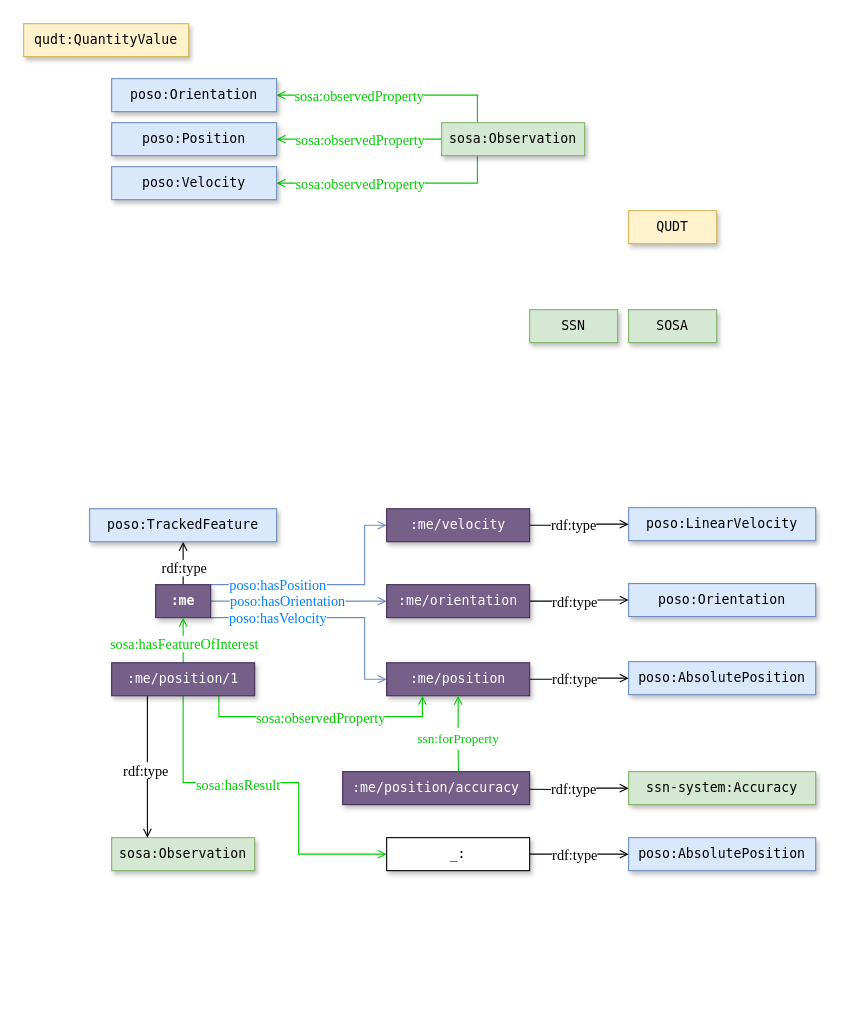
Before: page "Page-4" (4 of 5) of docs/images/architecture.drawio in OpenHPS/POSO, a draw.io diagram. Source tidied: cells renumbered, new cells numbered last; positions are measured from the earlier drawing's top-left corner, leaving out a move shared by most shapes. Both pictures are drawn from the tidied source at 110%, with x=0, y=0 at pixel (23, 23).
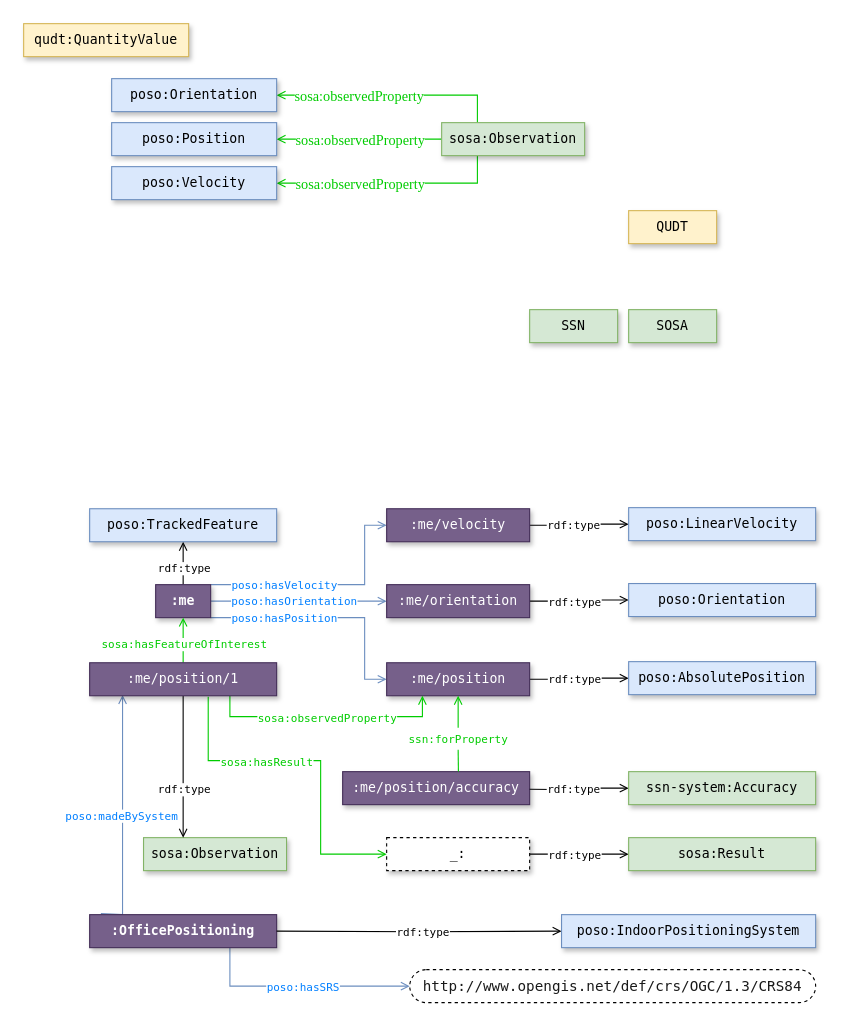
After the change.

The change refers to these unchanged cells:
```xml
<mxCell id="2" style="edgeStyle=orthogonalEdgeStyle;rounded=0;jettySize=auto;html=1;entryX=0.5;entryY=1;entryDx=0;entryDy=0;endArrow=open;endFill=0;" parent="1" edge="1" source="8" target="13">
  <mxGeometry relative="1" as="geometry" />
</mxCell>
<mxCell id="4" style="edgeStyle=orthogonalEdgeStyle;rounded=0;jettySize=auto;html=1;entryX=0;entryY=0.5;entryDx=0;entryDy=0;fontFamily=Garamond;fontSize=13;endArrow=open;endFill=0;fillColor=#dae8fc;strokeColor=#6c8ebf;" parent="1" edge="1" source="8" target="16">
  <mxGeometry relative="1" as="geometry">
    <Array as="points">
      <mxPoint x="310" y="510" />
      <mxPoint x="310" y="456" />
    </Array>
  </mxGeometry>
</mxCell>
<mxCell id="14" style="edgeStyle=orthogonalEdgeStyle;rounded=0;jettySize=auto;html=1;entryX=0;entryY=0.5;entryDx=0;entryDy=0;fontFamily=Garamond;fontSize=13;endArrow=open;endFill=0;" parent="1" edge="1" source="16" target="25">
  <mxGeometry relative="1" as="geometry" />
</mxCell>
<mxCell id="17" style="edgeStyle=orthogonalEdgeStyle;rounded=0;jettySize=auto;html=1;entryX=0;entryY=0.5;entryDx=0;entryDy=0;fontFamily=Garamond;fontSize=13;endArrow=open;endFill=0;" parent="1" edge="1" source="19" target="26">
  <mxGeometry relative="1" as="geometry" />
</mxCell>
<mxCell id="20" style="edgeStyle=orthogonalEdgeStyle;rounded=0;jettySize=auto;html=1;entryX=0;entryY=0.5;entryDx=0;entryDy=0;fontFamily=Garamond;fontSize=13;endArrow=open;endFill=0;" parent="1" edge="1" source="22" target="27">
  <mxGeometry relative="1" as="geometry" />
</mxCell>
<mxCell id="22" value=":me/position" style="rounded=0;whiteSpace=wrap;html=1;fillColor=#76608a;strokeColor=#432D57;shadow=1;fontFamily=Lucida Console;fontColor=#ffffff;" parent="1" vertex="1">
  <mxGeometry x="330" y="581" width="130" height="30" as="geometry" />
</mxCell>
<mxCell id="33" style="edgeStyle=orthogonalEdgeStyle;rounded=0;jettySize=auto;html=1;entryX=0.5;entryY=1;entryDx=0;entryDy=0;fontFamily=Garamond;fontSize=13;endArrow=open;endFill=0;fontColor=#00CC00;strokeColor=#00CC00;" parent="1" edge="1" source="37" target="8">
  <mxGeometry relative="1" as="geometry" />
</mxCell>
<mxCell id="39" style="edgeStyle=orthogonalEdgeStyle;rounded=0;jettySize=auto;html=1;entryX=0;entryY=0.5;entryDx=0;entryDy=0;fontFamily=Garamond;fontSize=13;endArrow=open;endFill=0;exitX=1;exitY=0.5;exitDx=0;exitDy=0;" parent="1" edge="1" source="38" target="41">
  <mxGeometry relative="1" as="geometry" />
</mxCell>
<mxCell id="56" style="edgeStyle=orthogonalEdgeStyle;rounded=0;jettySize=auto;html=1;entryX=0;entryY=0.5;entryDx=0;entryDy=0;fontFamily=Garamond;fontSize=13;endArrow=open;endFill=0;" parent="1" edge="1" target="58">
  <mxGeometry relative="1" as="geometry">
    <mxPoint x="460" y="696" as="sourcePoint" />
  </mxGeometry>
</mxCell>
```

The edit, as a diff of the source:
```diff
@@
-    <mxCell id="3" value="&lt;font face=&quot;Garamond&quot; style=&quot;font-size: 13px&quot;&gt;rdf:type&lt;/font&gt;" style="edgeLabel;html=1;align=center;verticalAlign=middle;" parent="2" vertex="1">
+    <mxCell id="3" value="&lt;font style=&quot;font-size: 10px;&quot;&gt;rdf:type&lt;/font&gt;" style="edgeLabel;html=1;align=center;verticalAlign=middle;fontSize=10;fontFamily=Lucida Console;" parent="2" vertex="1">
       <mxGeometry x="0.2" y="4" relative="1" as="geometry">
         <mxPoint x="4" y="7" as="offset" />
       </mxGeometry>
     </mxCell>
@@
-    <mxCell id="5" value="poso:hasPosition" style="edgeLabel;html=1;align=center;verticalAlign=middle;fontSize=13;fontFamily=Garamond;fontColor=#007FFF;" parent="4" vertex="1">
+    <mxCell id="5" value="poso:hasVelocity" style="edgeLabel;html=1;align=center;verticalAlign=middle;fontSize=10;fontFamily=Lucida Console;fontColor=#007FFF;" parent="4" vertex="1">
       <mxGeometry x="-0.38" y="2" relative="1" as="geometry">
-        <mxPoint x="-6" y="1" as="offset" />
+        <mxPoint y="1" as="offset" />
       </mxGeometry>
     </mxCell>
@@
-    <mxCell id="15" value="rdf:type" style="edgeLabel;html=1;align=center;verticalAlign=middle;fontSize=13;fontFamily=Garamond;" parent="14" vertex="1">
+    <mxCell id="15" value="rdf:type" style="edgeLabel;html=1;align=center;verticalAlign=middle;fontSize=10;fontFamily=Lucida Console;" parent="14" vertex="1">
       <mxGeometry x="0.1" y="4" relative="1" as="geometry">
         <mxPoint x="-10" y="4" as="offset" />
       </mxGeometry>
     </mxCell>
@@
-    <mxCell id="18" value="rdf:type" style="edgeLabel;html=1;align=center;verticalAlign=middle;fontSize=13;fontFamily=Garamond;" parent="17" vertex="1">
+    <mxCell id="18" value="rdf:type" style="edgeLabel;html=1;align=center;verticalAlign=middle;fontSize=10;fontFamily=Lucida Console;" parent="17" vertex="1">
       <mxGeometry x="0.17" relative="1" as="geometry">
         <mxPoint x="-12" y="1" as="offset" />
       </mxGeometry>
     </mxCell>
@@
-    <mxCell id="21" value="rdf:type" style="edgeLabel;html=1;align=center;verticalAlign=middle;fontSize=13;fontFamily=Garamond;" parent="20" vertex="1">
+    <mxCell id="21" value="rdf:type" style="edgeLabel;html=1;align=center;verticalAlign=middle;fontSize=10;fontFamily=Lucida Console;" parent="20" vertex="1">
       <mxGeometry x="0.18" y="-2" relative="1" as="geometry">
         <mxPoint x="-13" y="-2" as="offset" />
       </mxGeometry>
     </mxCell>
@@
-    <mxCell id="23" value="poso:hasOrientation" style="edgeLabel;html=1;align=center;verticalAlign=middle;fontSize=13;fontFamily=Garamond;fontColor=#007FFF;" parent="1" vertex="1">
-      <mxGeometry x="239" y="524" as="geometry" />
+    <mxCell id="23" value="poso:hasOrientation" style="edgeLabel;html=1;align=center;verticalAlign=middle;fontSize=10;fontFamily=Lucida Console;fontColor=#007FFF;" parent="1" vertex="1">
+      <mxGeometry x="245" y="524" as="geometry" />
     </mxCell>
-    <mxCell id="24" value="poso:hasVelocity" style="edgeLabel;html=1;align=center;verticalAlign=middle;fontSize=13;fontFamily=Garamond;fontColor=#007FFF;" parent="1" vertex="1">
-      <mxGeometry x="230" y="539" as="geometry" />
+    <mxCell id="24" value="poso:hasPosition" style="edgeLabel;html=1;align=center;verticalAlign=middle;fontSize=10;fontFamily=Lucida Console;fontColor=#007FFF;" parent="1" vertex="1">
+      <mxGeometry x="236" y="539" as="geometry" />
     </mxCell>
@@
     <mxCell id="28" value="sosa:Observation" style="rounded=0;whiteSpace=wrap;html=1;fillColor=#d5e8d4;strokeColor=#82b366;shadow=1;fontFamily=Lucida Console;" parent="1" vertex="1">
-      <mxGeometry x="80" y="740" width="130" height="30" as="geometry" />
+      <mxGeometry x="109" y="740" width="130" height="30" as="geometry" />
     </mxCell>
-    <mxCell id="29" style="edgeStyle=orthogonalEdgeStyle;rounded=0;jettySize=auto;html=1;entryX=0.25;entryY=0;entryDx=0;entryDy=0;fontFamily=Garamond;fontSize=13;endArrow=open;endFill=0;exitX=0.25;exitY=1;exitDx=0;exitDy=0;" parent="1" edge="1" source="37" target="28">
-      <mxGeometry relative="1" as="geometry" />
+    <mxCell id="29" style="edgeStyle=orthogonalEdgeStyle;rounded=0;jettySize=auto;html=1;fontFamily=Garamond;fontSize=13;endArrow=open;endFill=0;exitX=0.5;exitY=1;exitDx=0;exitDy=0;" parent="1" edge="1" source="37">
+      <mxGeometry relative="1" as="geometry">
+        <mxPoint x="145" y="740" as="targetPoint" />
+        <Array as="points">
+          <mxPoint x="145" y="740" />
+        </Array>
+      </mxGeometry>
     </mxCell>
-    <mxCell id="30" value="rdf:type" style="edgeLabel;html=1;align=center;verticalAlign=middle;fontSize=13;fontFamily=Garamond;" parent="29" vertex="1">
+    <mxCell id="30" value="rdf:type" style="edgeLabel;html=1;align=center;verticalAlign=middle;fontSize=10;fontFamily=Lucida Console;" parent="29" vertex="1">
       <mxGeometry x="-0.24" y="-1" relative="1" as="geometry">
-        <mxPoint x="-1" y="18" as="offset" />
+        <mxPoint x="1" y="35" as="offset" />
       </mxGeometry>
     </mxCell>
     <mxCell id="31" style="edgeStyle=orthogonalEdgeStyle;rounded=0;jettySize=auto;html=1;exitX=0.75;exitY=1;exitDx=0;exitDy=0;entryX=0.25;entryY=1;entryDx=0;entryDy=0;fontFamily=Garamond;fontSize=13;endArrow=open;endFill=0;fontColor=#00CC00;strokeColor=#00CC00;" parent="1" edge="1" source="37" target="22">
       <mxGeometry relative="1" as="geometry">
         <Array as="points">
-          <mxPoint x="177" y="630" />
+          <mxPoint x="188" y="630" />
           <mxPoint x="363" y="630" />
-          <mxPoint x="363" y="611" />
         </Array>
       </mxGeometry>
     </mxCell>
-    <mxCell id="32" value="sosa:observedProperty" style="edgeLabel;html=1;align=center;verticalAlign=middle;fontSize=13;fontFamily=Garamond;fontColor=#00CC00;" parent="31" vertex="1">
+    <mxCell id="32" value="sosa:observedProperty" style="edgeLabel;html=1;align=center;verticalAlign=middle;fontSize=10;fontFamily=Lucida Console;fontColor=#00CC00;" parent="31" vertex="1">
       <mxGeometry x="-0.11" y="-1" relative="1" as="geometry">
         <mxPoint x="12" y="-1" as="offset" />
       </mxGeometry>
     </mxCell>
@@
-    <mxCell id="34" value="sosa:hasFeatureOfInterest" style="edgeLabel;html=1;align=center;verticalAlign=middle;fontSize=13;fontFamily=Garamond;fontColor=#00CC00;" parent="33" vertex="1">
+    <mxCell id="34" value="sosa:hasFeatureOfInterest" style="edgeLabel;html=1;align=center;verticalAlign=middle;fontSize=10;fontFamily=Lucida Console;fontColor=#00CC00;" parent="33" vertex="1">
       <mxGeometry x="0.21" relative="1" as="geometry">
         <mxPoint y="7" as="offset" />
       </mxGeometry>
     </mxCell>
-    <mxCell id="35" style="edgeStyle=orthogonalEdgeStyle;rounded=0;jettySize=auto;html=1;fontFamily=Garamond;fontSize=13;endArrow=open;endFill=0;entryX=0;entryY=0.5;entryDx=0;entryDy=0;fontColor=#00CC00;strokeColor=#00CC00;" parent="1" edge="1" source="37" target="38">
+    <mxCell id="35" style="edgeStyle=orthogonalEdgeStyle;rounded=0;jettySize=auto;html=1;fontFamily=Garamond;fontSize=13;endArrow=open;endFill=0;entryX=0;entryY=0.5;entryDx=0;entryDy=0;fontColor=#00CC00;strokeColor=#00CC00;exitX=0.634;exitY=1.028;exitDx=0;exitDy=0;exitPerimeter=0;" parent="1" edge="1" source="37" target="38">
       <mxGeometry relative="1" as="geometry">
         <Array as="points">
-          <mxPoint x="145" y="690" />
-          <mxPoint x="250" y="690" />
-          <mxPoint x="250" y="755" />
+          <mxPoint x="168" y="670" />
+          <mxPoint x="270" y="670" />
+          <mxPoint x="270" y="755" />
         </Array>
       </mxGeometry>
     </mxCell>
-    <mxCell id="36" value="sosa:hasResult" style="edgeLabel;html=1;align=center;verticalAlign=middle;fontSize=13;fontFamily=Garamond;fontColor=#00CC00;" parent="35" vertex="1">
+    <mxCell id="36" value="sosa:hasResult" style="edgeLabel;html=1;align=center;verticalAlign=middle;fontSize=10;fontFamily=Lucida Console;fontColor=#00CC00;" parent="35" vertex="1">
       <mxGeometry x="0.19" y="-3" relative="1" as="geometry">
-        <mxPoint x="-53" y="-11" as="offset" />
+        <mxPoint x="-47" y="-21" as="offset" />
       </mxGeometry>
     </mxCell>
+    <mxCell id="59" style="edgeStyle=orthogonalEdgeStyle;rounded=0;jettySize=auto;html=1;exitX=0.176;exitY=0.976;exitDx=0;exitDy=0;entryX=0.06;entryY=-0.032;entryDx=0;entryDy=0;exitPerimeter=0;entryPerimeter=0;endArrow=none;endFill=0;startArrow=open;startFill=0;strokeColor=#6C8EBF;" parent="1" edge="1" source="37" target="63">
+      <mxGeometry relative="1" as="geometry">
+        <Array as="points">
+          <mxPoint x="90" y="810" />
+          <mxPoint x="70" y="810" />
+        </Array>
+      </mxGeometry>
+    </mxCell>
+    <mxCell id="60" value="&lt;font color=&quot;#007fff&quot; face=&quot;Lucida Console&quot; style=&quot;font-size: 10px;&quot;&gt;poso:madeBySystem&lt;/font&gt;" style="edgeLabel;html=1;align=center;verticalAlign=middle;fontSize=10;" parent="59" vertex="1">
+      <mxGeometry x="-0.16" y="-1" relative="1" as="geometry">
+        <mxPoint y="17" as="offset" />
+      </mxGeometry>
+    </mxCell>
     <mxCell id="37" value=":me/position/1" style="rounded=0;whiteSpace=wrap;html=1;fillColor=#76608a;strokeColor=#432D57;shadow=1;fontFamily=Lucida Console;fontColor=#ffffff;" parent="1" vertex="1">
-      <mxGeometry x="80" y="581" width="130" height="30" as="geometry" />
+      <mxGeometry x="60" y="581" width="170" height="30" as="geometry" />
     </mxCell>
-    <mxCell id="38" value="_:" style="rounded=0;whiteSpace=wrap;html=1;shadow=1;fontFamily=Lucida Console;" parent="1" vertex="1">
+    <mxCell id="38" value="_:" style="rounded=0;whiteSpace=wrap;html=1;shadow=1;fontFamily=Lucida Console;dashed=1;" parent="1" vertex="1">
       <mxGeometry x="330" y="740" width="130" height="30" as="geometry" />
     </mxCell>
@@
-    <mxCell id="40" value="rdf:type" style="edgeLabel;html=1;align=center;verticalAlign=middle;fontSize=13;fontFamily=Garamond;" parent="39" vertex="1">
+    <mxCell id="40" value="rdf:type" style="edgeLabel;html=1;align=center;verticalAlign=middle;fontSize=10;fontFamily=Lucida Console;" parent="39" vertex="1">
       <mxGeometry x="0.18" y="-2" relative="1" as="geometry">
         <mxPoint x="-13" y="-2" as="offset" />
       </mxGeometry>
     </mxCell>
-    <mxCell id="41" value="poso:AbsolutePosition" style="rounded=0;whiteSpace=wrap;html=1;fillColor=#dae8fc;strokeColor=#6c8ebf;shadow=1;fontFamily=Lucida Console;" parent="1" vertex="1">
+    <mxCell id="41" value="sosa:Result" style="rounded=0;whiteSpace=wrap;html=1;fillColor=#d5e8d4;strokeColor=#82b366;shadow=1;fontFamily=Lucida Console;" parent="1" vertex="1">
       <mxGeometry x="550" y="740" width="170" height="30" as="geometry" />
     </mxCell>
@@
-    <mxCell id="54" value="ssn:forProperty" style="text;html=1;align=center;verticalAlign=middle;points=[];strokeColor=none;fillColor=none;fontColor=#00CC00;fontFamily=Garamond;" parent="1" vertex="1">
-      <mxGeometry x="350" y="640" width="90" height="20" as="geometry" />
+    <mxCell id="54" value="ssn:forProperty" style="text;html=1;align=center;verticalAlign=middle;points=[];strokeColor=none;fillColor=none;fontColor=#00CC00;fontFamily=Lucida Console;fontSize=10;" parent="1" vertex="1">
+      <mxGeometry x="340" y="640" width="110" height="20" as="geometry" />
     </mxCell>
@@
-    <mxCell id="57" value="rdf:type" style="edgeLabel;html=1;align=center;verticalAlign=middle;fontSize=13;fontFamily=Garamond;" parent="56" vertex="1">
+    <mxCell id="57" value="rdf:type" style="edgeLabel;html=1;align=center;verticalAlign=middle;fontSize=10;fontFamily=Lucida Console;" parent="56" vertex="1">
       <mxGeometry x="0.18" y="-2" relative="1" as="geometry">
         <mxPoint x="-13" y="-2" as="offset" />
       </mxGeometry>
     </mxCell>
@@
+    <mxCell id="61" style="edgeStyle=orthogonalEdgeStyle;rounded=0;jettySize=auto;html=1;exitX=0.75;exitY=1;exitDx=0;exitDy=0;fontFamily=Lucida Console;fontSize=10;endArrow=open;endFill=0;strokeColor=#6C8EBF;entryX=0;entryY=0.5;entryDx=0;entryDy=0;" parent="1" edge="1" source="63" target="67">
+      <mxGeometry relative="1" as="geometry">
+        <Array as="points">
+          <mxPoint x="188" y="875" />
+        </Array>
+      </mxGeometry>
+    </mxCell>
+    <mxCell id="62" value="poso:hasSRS" style="edgeLabel;html=1;align=center;verticalAlign=middle;fontFamily=Lucida Console;fontSize=10;fontColor=#007FFF;" parent="61" vertex="1">
+      <mxGeometry x="0.19" y="1" relative="1" as="geometry">
+        <mxPoint x="-17" y="1" as="offset" />
+      </mxGeometry>
+    </mxCell>
+    <mxCell id="63" value=":OfficePositioning" style="rounded=0;whiteSpace=wrap;html=1;fillColor=#76608a;strokeColor=#432D57;shadow=1;fontFamily=Lucida Console;fontColor=#ffffff;fontStyle=1;" parent="1" vertex="1">
+      <mxGeometry x="60" y="810" width="170" height="30" as="geometry" />
+    </mxCell>
+    <mxCell id="64" style="edgeStyle=orthogonalEdgeStyle;rounded=0;jettySize=auto;html=1;entryX=0;entryY=0.5;entryDx=0;entryDy=0;fontFamily=Garamond;fontSize=13;endArrow=open;endFill=0;" parent="1" edge="1" target="66">
+      <mxGeometry relative="1" as="geometry">
+        <mxPoint x="230" y="825" as="sourcePoint" />
+      </mxGeometry>
+    </mxCell>
+    <mxCell id="65" value="rdf:type" style="edgeLabel;html=1;align=center;verticalAlign=middle;fontSize=10;fontFamily=Lucida Console;" parent="64" vertex="1">
+      <mxGeometry x="0.1" y="4" relative="1" as="geometry">
+        <mxPoint x="-10" y="4" as="offset" />
+      </mxGeometry>
+    </mxCell>
+    <mxCell id="66" value="poso:IndoorPositioningSystem" style="rounded=0;whiteSpace=wrap;html=1;fillColor=#dae8fc;strokeColor=#6c8ebf;shadow=1;fontFamily=Lucida Console;" parent="1" vertex="1">
+      <mxGeometry x="489" y="810" width="231" height="30" as="geometry" />
+    </mxCell>
+    <mxCell id="67" value="&lt;span style=&quot;color: rgba(0 , 0 , 0 , 0.9) ; font-size: 13px&quot;&gt;http://www.opengis.net/def/crs/OGC/1.3/CRS84&lt;/span&gt;" style="rounded=1;whiteSpace=wrap;html=1;dashed=1;fontFamily=Lucida Console;fontSize=10;fontColor=#007FFF;strokeWidth=1;arcSize=50;" parent="1" vertex="1">
+      <mxGeometry x="351" y="860" width="369" height="30" as="geometry" />
+    </mxCell>
```
